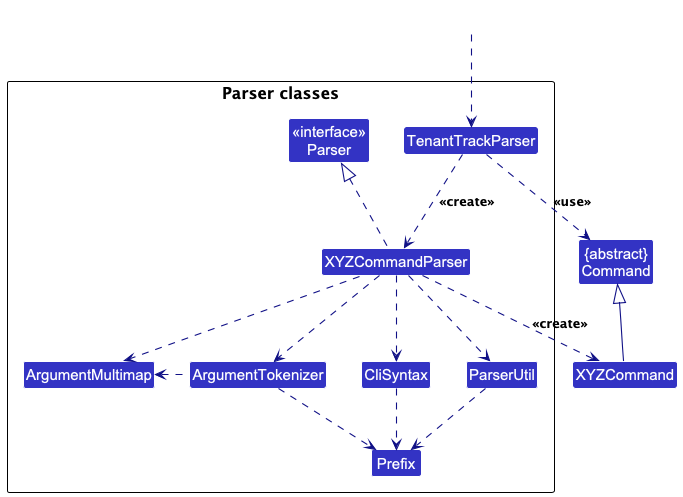
The PlantUML diagram docs/images/ParserClasses.png in namitdeb739/tp, before a commit.
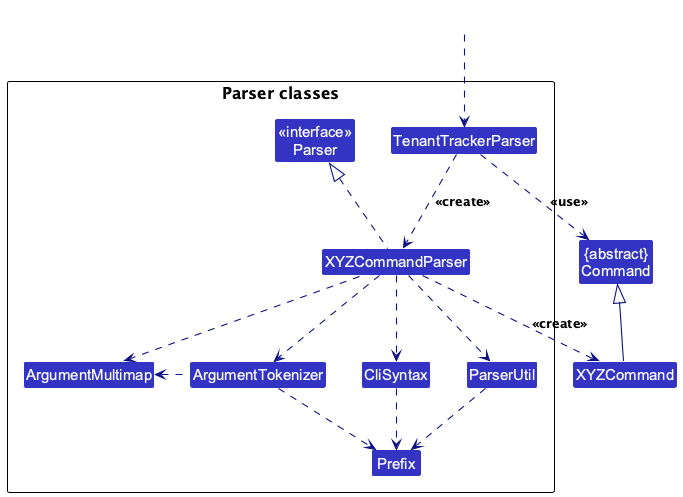
Later version of the same file.

Diff of the diagram source:
```diff
@@ -9,7 +9,7 @@
 
 package "Parser classes"{
 Class "<<interface>>\nParser" as Parser
-Class TenantTrackParser
+Class TenantTrackerParser
 Class XYZCommandParser
 Class CliSyntax
 Class ParserUtil
@@ -19,12 +19,12 @@
 }
 
 Class HiddenOutside #FFFFFF
-HiddenOutside ..> TenantTrackParser
+HiddenOutside ..> TenantTrackerParser
 
-TenantTrackParser .down.> XYZCommandParser: <<create>>
+TenantTrackerParser .down.> XYZCommandParser: <<create>>
 
 XYZCommandParser ..> XYZCommand : <<create>>
-TenantTrackParser ..> Command : <<use>>
+TenantTrackerParser ..> Command : <<use>>
 XYZCommandParser .up.|> Parser
 XYZCommandParser ..> ArgumentMultimap
 XYZCommandParser ..> ArgumentTokenizer
```
